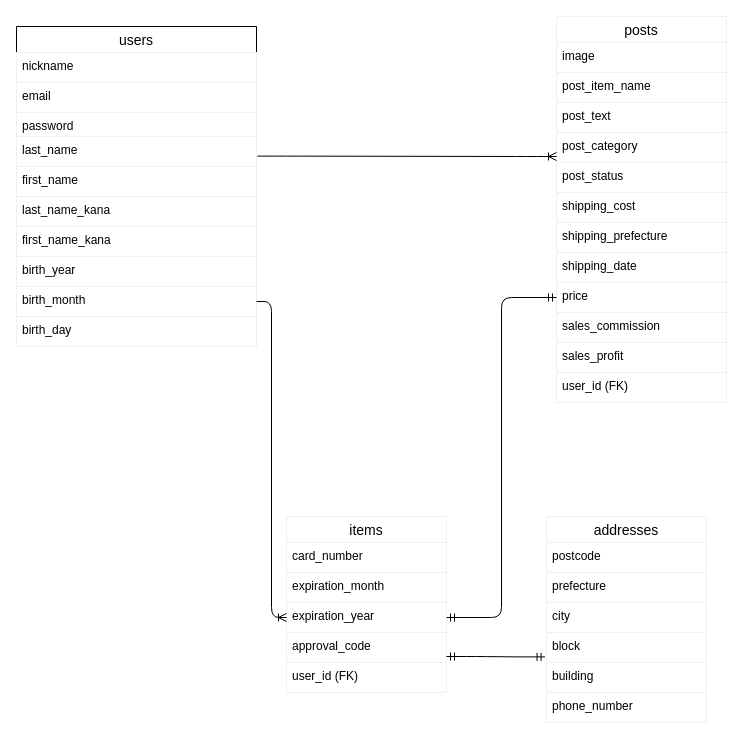
Earlier version of the draw.io diagram db.dio (shiori771/furima-31092). Source tidied: cells renumbered, new cells numbered last; positions are measured from the earlier drawing's top-left corner, leaving out a move shared by most shapes. Both pictures are drawn from the tidied source at 100%, with x=0, y=0 at pixel (16, 16).
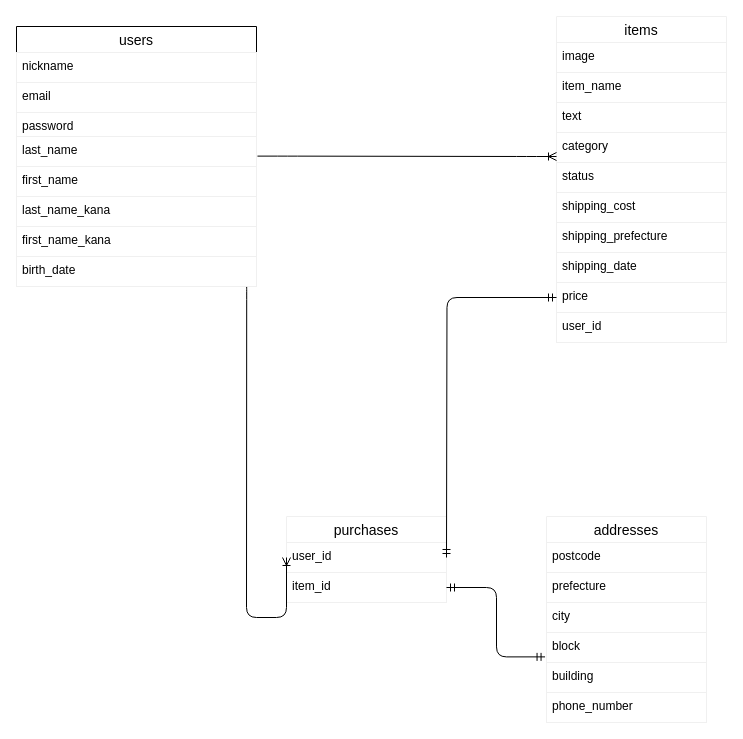
The same page after the edit.

Unchanged cells that the change refers to:
```xml
<mxCell id="11" value="price" style="text;fillColor=none;spacingLeft=4;spacingRight=4;overflow=hidden;points=[[0,0.5],[1,0.5]];portConstraint=eastwest;fontSize=12;strokeColor=#f0f0f0;" parent="2" vertex="1">
  <mxGeometry y="266" width="170" height="30" as="geometry" />
</mxCell>
<mxCell id="25" value="block" style="text;fillColor=none;spacingLeft=4;spacingRight=4;overflow=hidden;points=[[0,0.5],[1,0.5]];portConstraint=eastwest;fontSize=12;strokeColor=#f0f0f0;" parent="21" vertex="1">
  <mxGeometry y="116" width="160" height="30" as="geometry" />
</mxCell>
```

Change to the diagram source:
```diff
@@
-    <mxCell id="2" value="posts" style="swimlane;fontStyle=0;horizontal=1;startSize=26;align=center;fontSize=14;strokeColor=#f0f0f0;" parent="1" vertex="1">
-      <mxGeometry x="540" width="170" height="386" as="geometry" />
+    <mxCell id="2" value="items" style="swimlane;fontStyle=0;horizontal=1;startSize=26;align=center;fontSize=14;strokeColor=#f0f0f0;" parent="1" vertex="1">
+      <mxGeometry x="540" width="170" height="326" as="geometry" />
     </mxCell>
@@
-    <mxCell id="4" value="post_item_name" style="text;fillColor=none;spacingLeft=4;spacingRight=4;overflow=hidden;fontSize=12;strokeColor=#f0f0f0;" parent="2" vertex="1">
+    <mxCell id="4" value="item_name" style="text;fillColor=none;spacingLeft=4;spacingRight=4;overflow=hidden;fontSize=12;strokeColor=#f0f0f0;" parent="2" vertex="1">
       <mxGeometry y="56" width="170" height="30" as="geometry" />
     </mxCell>
-    <mxCell id="5" value="post_text" style="text;fillColor=none;spacingLeft=4;spacingRight=4;overflow=hidden;fontSize=12;strokeColor=#f0f0f0;" parent="2" vertex="1">
+    <mxCell id="5" value="text" style="text;fillColor=none;spacingLeft=4;spacingRight=4;overflow=hidden;fontSize=12;strokeColor=#f0f0f0;" parent="2" vertex="1">
       <mxGeometry y="86" width="170" height="30" as="geometry" />
     </mxCell>
-    <mxCell id="6" value="post_category" style="text;fillColor=none;spacingLeft=4;spacingRight=4;overflow=hidden;points=[[0,0.5],[1,0.5]];portConstraint=eastwest;fontSize=12;strokeColor=#f0f0f0;" parent="2" vertex="1">
+    <mxCell id="6" value="category" style="text;fillColor=none;spacingLeft=4;spacingRight=4;overflow=hidden;points=[[0,0.5],[1,0.5]];portConstraint=eastwest;fontSize=12;strokeColor=#f0f0f0;" parent="2" vertex="1">
       <mxGeometry y="116" width="170" height="30" as="geometry" />
     </mxCell>
-    <mxCell id="7" value="post_status" style="text;fillColor=none;spacingLeft=4;spacingRight=4;overflow=hidden;fontSize=12;strokeColor=#f0f0f0;" parent="2" vertex="1">
+    <mxCell id="7" value="status" style="text;fillColor=none;spacingLeft=4;spacingRight=4;overflow=hidden;fontSize=12;strokeColor=#f0f0f0;" parent="2" vertex="1">
       <mxGeometry y="146" width="170" height="30" as="geometry" />
     </mxCell>
@@
-    <mxCell id="12" value="sales_commission" style="text;fillColor=none;spacingLeft=4;spacingRight=4;overflow=hidden;fontSize=12;strokeColor=#f0f0f0;" parent="2" vertex="1">
-      <mxGeometry y="296" width="170" height="30" as="geometry" />
-    </mxCell>
-    <mxCell id="13" value="sales_profit" style="text;fillColor=none;spacingLeft=4;spacingRight=4;overflow=hidden;fontSize=12;strokeColor=#f0f0f0;" parent="2" vertex="1">
-      <mxGeometry y="326" width="170" height="30" as="geometry" />
-    </mxCell>
-    <mxCell id="14" value="user_id (FK)" style="text;fillColor=none;spacingLeft=4;spacingRight=4;overflow=hidden;fontSize=12;strokeColor=#f0f0f0;" parent="2" vertex="1">
-      <mxGeometry y="356" width="170" height="30" as="geometry" />
+    <mxCell id="14" value="user_id " style="text;fillColor=none;spacingLeft=4;spacingRight=4;overflow=hidden;fontSize=12;strokeColor=#f0f0f0;" parent="2" vertex="1">
+      <mxGeometry y="296" width="170" height="30" as="geometry" />
     </mxCell>
-    <mxCell id="15" value="items" style="swimlane;fontStyle=0;horizontal=1;startSize=26;align=center;fontSize=14;strokeColor=#f0f0f0;" parent="1" vertex="1">
-      <mxGeometry x="270" y="500" width="160" height="176" as="geometry" />
+    <mxCell id="15" value="purchases" style="swimlane;fontStyle=0;horizontal=1;startSize=26;align=center;fontSize=14;strokeColor=#f0f0f0;" parent="1" vertex="1">
+      <mxGeometry x="270" y="500" width="160" height="86" as="geometry" />
     </mxCell>
-    <mxCell id="16" value="card_number" style="text;fillColor=none;spacingLeft=4;spacingRight=4;overflow=hidden;fontSize=12;strokeColor=#f0f0f0;" parent="15" vertex="1">
-      <mxGeometry y="26" width="160" height="30" as="geometry" />
-    </mxCell>
-    <mxCell id="17" value="expiration_month" style="text;fillColor=none;spacingLeft=4;spacingRight=4;overflow=hidden;fontSize=12;strokeColor=#f0f0f0;" parent="15" vertex="1">
-      <mxGeometry y="56" width="160" height="30" as="geometry" />
-    </mxCell>
-    <mxCell id="18" value="expiration_year" style="text;fillColor=none;spacingLeft=4;spacingRight=4;overflow=hidden;points=[[0,0.5],[1,0.5]];portConstraint=eastwest;fontSize=12;strokeColor=#f0f0f0;" parent="15" vertex="1">
-      <mxGeometry y="86" width="160" height="30" as="geometry" />
-    </mxCell>
-    <mxCell id="19" value="approval_code" style="text;fillColor=none;spacingLeft=4;spacingRight=4;overflow=hidden;fontSize=12;strokeColor=#f0f0f0;" parent="15" vertex="1">
-      <mxGeometry y="116" width="160" height="30" as="geometry" />
+    <mxCell id="19" value="user_id" style="text;fillColor=none;spacingLeft=4;spacingRight=4;overflow=hidden;fontSize=12;strokeColor=#f0f0f0;" parent="15" vertex="1">
+      <mxGeometry y="26" width="160" height="30" as="geometry" />
     </mxCell>
-    <mxCell id="20" value="user_id (FK)" style="text;fillColor=none;spacingLeft=4;spacingRight=4;overflow=hidden;points=[[0,0.5],[1,0.5]];portConstraint=eastwest;fontSize=12;strokeColor=#f0f0f0;" parent="15" vertex="1">
-      <mxGeometry y="146" width="160" height="30" as="geometry" />
+    <mxCell id="20" value="item_id" style="text;fillColor=none;spacingLeft=4;spacingRight=4;overflow=hidden;points=[[0,0.5],[1,0.5]];portConstraint=eastwest;fontSize=12;strokeColor=#f0f0f0;" parent="15" vertex="1">
+      <mxGeometry y="56" width="160" height="30" as="geometry" />
     </mxCell>
@@
     <mxCell id="28" value="users" style="swimlane;fontStyle=0;horizontal=1;startSize=26;align=center;fontSize=14;perimeterSpacing=0;" parent="1" vertex="1">
-      <mxGeometry y="10" width="240" height="320" as="geometry" />
+      <mxGeometry y="10" width="240" height="260" as="geometry" />
     </mxCell>
@@
-    <mxCell id="36" value="birth_year" style="text;fillColor=none;spacingLeft=4;spacingRight=4;overflow=hidden;points=[[0,0.5],[1,0.5]];portConstraint=eastwest;fontSize=12;strokeColor=#f0f0f0;" parent="28" vertex="1">
+    <mxCell id="36" value="birth_date&#10;" style="text;fillColor=none;spacingLeft=4;spacingRight=4;overflow=hidden;points=[[0,0.5],[1,0.5]];portConstraint=eastwest;fontSize=12;strokeColor=#f0f0f0;" parent="28" vertex="1">
       <mxGeometry y="230" width="240" height="30" as="geometry" />
     </mxCell>
-    <mxCell id="37" value="birth_month" style="text;fillColor=none;spacingLeft=4;spacingRight=4;overflow=hidden;points=[[0,0.5],[1,0.5]];portConstraint=eastwest;fontSize=12;strokeColor=#f0f0f0;" parent="28" vertex="1">
-      <mxGeometry y="260" width="240" height="30" as="geometry" />
-    </mxCell>
-    <mxCell id="38" value="birth_day" style="text;fillColor=none;spacingLeft=4;spacingRight=4;overflow=hidden;fontSize=12;strokeColor=#f0f0f0;" parent="28" vertex="1">
-      <mxGeometry y="290" width="240" height="30" as="geometry" />
-    </mxCell>
@@
-    <mxCell id="40" style="fontSize=12;html=1;endArrow=ERoneToMany;exitX=1;exitY=0.5;exitDx=0;exitDy=0;entryX=0;entryY=0.5;entryDx=0;entryDy=0;edgeStyle=orthogonalEdgeStyle;" parent="1" edge="1" source="37" target="18">
-      <mxGeometry relative="1" as="geometry" />
+    <mxCell id="40" style="fontSize=12;html=1;endArrow=ERoneToMany;exitX=0.959;exitY=1.016;exitDx=0;exitDy=0;entryX=0;entryY=0.5;entryDx=0;entryDy=0;edgeStyle=orthogonalEdgeStyle;exitPerimeter=0;" parent="1" edge="1" source="36">
+      <mxGeometry relative="1" as="geometry">
+        <mxPoint x="270" y="541" as="targetPoint" />
+        <Array as="points">
+          <mxPoint x="230" y="273" />
+          <mxPoint x="230" y="273" />
+          <mxPoint x="230" y="601" />
+        </Array>
+      </mxGeometry>
     </mxCell>
-    <mxCell id="41" style="fontSize=12;html=1;endArrow=ERmandOne;startArrow=ERmandOne;exitX=1;exitY=0.5;exitDx=0;exitDy=0;edgeStyle=orthogonalEdgeStyle;entryX=0;entryY=0.5;entryDx=0;entryDy=0;" parent="1" edge="1" source="18" target="11">
-      <mxGeometry relative="1" as="geometry" />
+    <mxCell id="41" style="fontSize=12;html=1;endArrow=ERmandOne;startArrow=ERmandOne;exitX=1;exitY=0.5;exitDx=0;exitDy=0;edgeStyle=orthogonalEdgeStyle;entryX=0;entryY=0.5;entryDx=0;entryDy=0;" parent="1" edge="1" target="11">
+      <mxGeometry relative="1" as="geometry">
+        <mxPoint x="430" y="541" as="sourcePoint" />
+      </mxGeometry>
     </mxCell>
-    <mxCell id="42" style="edgeStyle=entityRelationEdgeStyle;fontSize=12;html=1;endArrow=ERmandOne;startArrow=ERmandOne;entryX=-0.009;entryY=0.813;entryDx=0;entryDy=0;entryPerimeter=0;" parent="1" edge="1" target="25">
-      <mxGeometry relative="1" as="geometry">
-        <mxPoint x="430" y="640" as="sourcePoint" />
-      </mxGeometry>
+    <mxCell id="42" style="edgeStyle=orthogonalEdgeStyle;fontSize=12;html=1;endArrow=ERmandOne;startArrow=ERmandOne;entryX=-0.009;entryY=0.813;entryDx=0;entryDy=0;entryPerimeter=0;" parent="1" edge="1" source="20" target="25">
+      <mxGeometry relative="1" as="geometry" />
     </mxCell>
```
